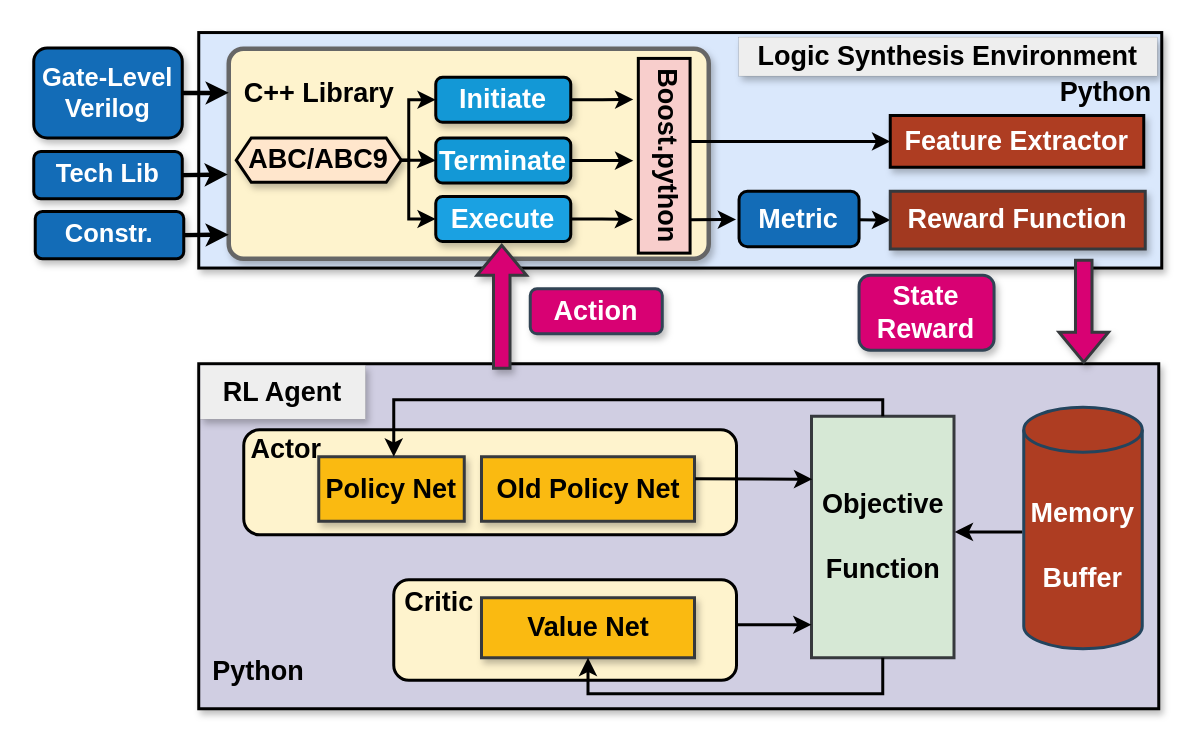
Earlier version of the draw.io diagram learningframework.drawio (kxzhu0505/LogicSynOpt). Source tidied: cells renumbered, new cells numbered last; positions are measured from the earlier drawing's top-left corner, leaving out a move shared by most shapes. Both pictures are drawn from the tidied source at 150%, with x=0, y=0 at pixel (33, 32).
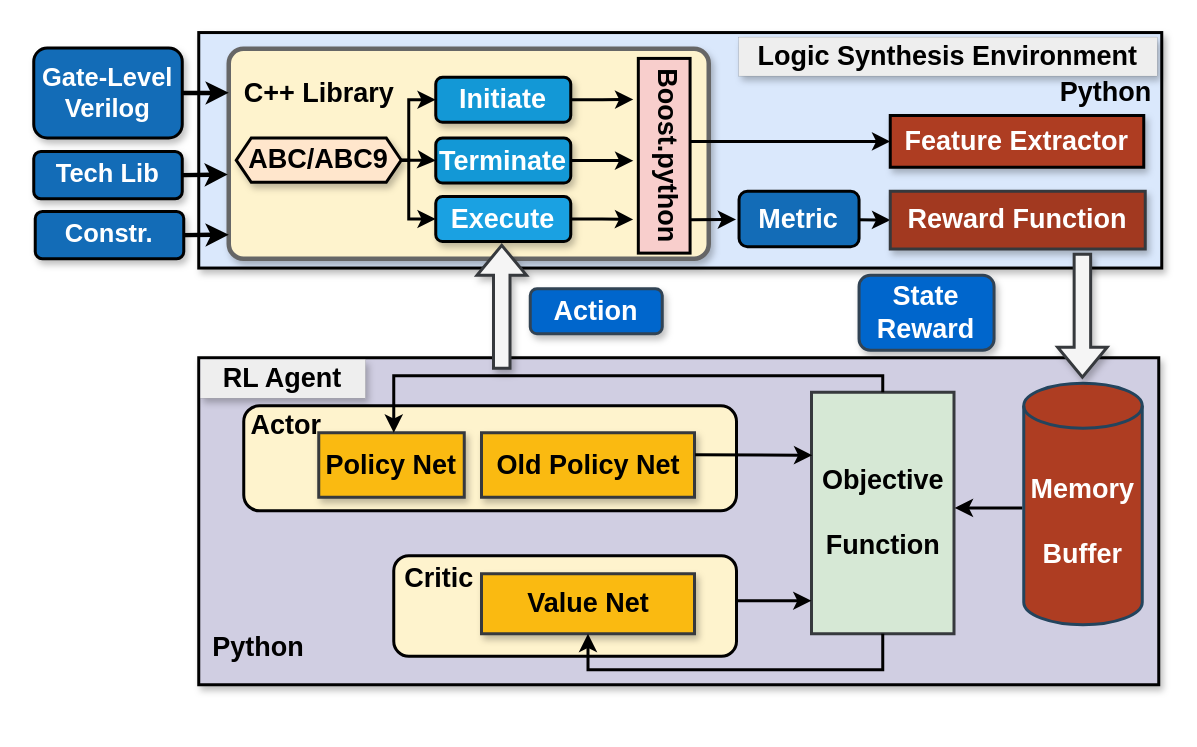
The same page after the edit.

Diff of the diagram source:
```diff
@@
-    <mxCell id="8" value="&lt;font size=&quot;1&quot; style=&quot;&quot;&gt;&lt;b style=&quot;font-size: 18px;&quot;&gt;Action&lt;/b&gt;&lt;/font&gt;" style="rounded=1;whiteSpace=wrap;html=1;fillColor=#d80173;strokeColor=#314354;strokeWidth=2;fontColor=#ffffff;shadow=1;" parent="1" vertex="1">
+    <mxCell id="8" value="&lt;font size=&quot;1&quot; style=&quot;&quot;&gt;&lt;b style=&quot;font-size: 18px;&quot;&gt;Action&lt;/b&gt;&lt;/font&gt;" style="rounded=1;whiteSpace=wrap;html=1;fillColor=#0066CC;strokeColor=#314354;strokeWidth=2;fontColor=#ffffff;shadow=1;" parent="1" vertex="1">
       <mxGeometry x="331" y="171" width="88" height="30" as="geometry" />
     </mxCell>
-    <mxCell id="9" value="&lt;span style=&quot;font-size: 18px;&quot;&gt;&lt;b&gt;State&lt;/b&gt;&lt;/span&gt;&lt;div&gt;&lt;span style=&quot;font-size: 18px;&quot;&gt;&lt;b&gt;Reward&lt;/b&gt;&lt;/span&gt;&lt;/div&gt;" style="rounded=1;whiteSpace=wrap;html=1;fillColor=#d80173;strokeColor=#314354;strokeWidth=2;fontColor=#ffffff;shadow=1;" parent="1" vertex="1">
+    <mxCell id="9" value="&lt;span style=&quot;font-size: 18px;&quot;&gt;&lt;b&gt;State&lt;/b&gt;&lt;/span&gt;&lt;div&gt;&lt;span style=&quot;font-size: 18px;&quot;&gt;&lt;b&gt;Reward&lt;/b&gt;&lt;/span&gt;&lt;/div&gt;" style="rounded=1;whiteSpace=wrap;html=1;fillColor=#0066CC;strokeColor=#314354;strokeWidth=2;fontColor=#ffffff;shadow=1;" parent="1" vertex="1">
       <mxGeometry x="550.2" y="162" width="90" height="50" as="geometry" />
     </mxCell>
     <mxCell id="10" style="rounded=0;whiteSpace=wrap;html=1;fillColor=#d0cee2;strokeColor=#000000;strokeWidth=2;shadow=1;" parent="1" vertex="1">
-      <mxGeometry x="110" y="221" width="640" height="230" as="geometry" />
+      <mxGeometry x="110" y="217" width="640" height="218" as="geometry" />
     </mxCell>
-    <mxCell id="11" style="shape=flexArrow;endArrow=classic;html=1;rounded=0;strokeWidth=2;fillColor=#d80173;strokeColor=#36393d;shadow=1;" parent="1" edge="1">
-      <mxGeometry relative="1" as="geometry">
-        <mxPoint x="700" y="151" as="sourcePoint" />
-        <mxPoint x="700" y="221" as="targetPoint" />
-      </mxGeometry>
-    </mxCell>
     <mxCell id="12" value="&lt;font size=&quot;1&quot; style=&quot;&quot;&gt;&lt;b style=&quot;font-size: 18px;&quot;&gt;RL Agent&lt;/b&gt;&lt;/font&gt;" style="text;html=1;align=center;verticalAlign=middle;whiteSpace=wrap;rounded=0;fillColor=#eeeeee;strokeColor=#36393d;strokeWidth=0;shadow=1;" parent="1" vertex="1">
-      <mxGeometry x="111" y="222" width="110.2" height="36" as="geometry" />
+      <mxGeometry x="111" y="218" width="110.2" height="26" as="geometry" />
     </mxCell>
     <mxCell id="13" style="rounded=1;whiteSpace=wrap;html=1;strokeWidth=2;fillColor=#fef3cd;" parent="1" vertex="1">
-      <mxGeometry x="140" y="265" width="328.5" height="70" as="geometry" />
+      <mxGeometry x="140" y="249" width="328.5" height="70" as="geometry" />
     </mxCell>
     <mxCell id="14" value="&lt;b style=&quot;&quot;&gt;&lt;font style=&quot;font-size: 18px;&quot;&gt;Policy Net&lt;/font&gt;&lt;/b&gt;" style="rounded=0;whiteSpace=wrap;html=1;fillColor=#faba11;strokeColor=#36393d;strokeWidth=2;shadow=1;" parent="1" vertex="1">
-      <mxGeometry x="190" y="283" width="97" height="43" as="geometry" />
+      <mxGeometry x="190" y="267" width="97" height="43" as="geometry" />
     </mxCell>
     <mxCell id="15" value="&lt;b style=&quot;&quot;&gt;&lt;font style=&quot;font-size: 18px;&quot;&gt;Old Policy Net&lt;/font&gt;&lt;/b&gt;" style="rounded=0;whiteSpace=wrap;html=1;fillColor=#faba11;strokeColor=#36393d;strokeWidth=2;shadow=1;" parent="1" vertex="1">
-      <mxGeometry x="298.5" y="283" width="142" height="43" as="geometry" />
+      <mxGeometry x="298.5" y="267" width="142" height="43" as="geometry" />
     </mxCell>
     <mxCell id="16" value="&lt;font style=&quot;font-size: 18px;&quot;&gt;&lt;b&gt;Objective&lt;/b&gt;&lt;/font&gt;&lt;div style=&quot;font-size: 18px;&quot;&gt;&lt;font style=&quot;font-size: 18px;&quot;&gt;&lt;b&gt;&lt;br&gt;&lt;/b&gt;&lt;/font&gt;&lt;/div&gt;&lt;div style=&quot;font-size: 18px;&quot;&gt;&lt;font style=&quot;font-size: 18px;&quot;&gt;&lt;b&gt;Function&lt;/b&gt;&lt;/font&gt;&lt;/div&gt;" style="rounded=0;whiteSpace=wrap;html=1;fillColor=#d6e8d5;strokeColor=#36393d;strokeWidth=2;" parent="1" vertex="1">
-      <mxGeometry x="518.5" y="256" width="95" height="161" as="geometry" />
+      <mxGeometry x="518.5" y="240" width="95" height="161" as="geometry" />
     </mxCell>
     <mxCell id="17" style="rounded=1;whiteSpace=wrap;html=1;strokeWidth=2;fillColor=#fef3cd;" parent="1" vertex="1">
-      <mxGeometry x="240" y="365" width="228.5" height="67" as="geometry" />
+      <mxGeometry x="240" y="349" width="228.5" height="67" as="geometry" />
     </mxCell>
     <mxCell id="18" value="&lt;b style=&quot;&quot;&gt;&lt;font style=&quot;font-size: 18px;&quot;&gt;Value Net&lt;/font&gt;&lt;/b&gt;" style="rounded=0;whiteSpace=wrap;html=1;fillColor=#faba11;strokeColor=#36393d;strokeWidth=2;shadow=1;" parent="1" vertex="1">
-      <mxGeometry x="298.5" y="377" width="142" height="40" as="geometry" />
+      <mxGeometry x="298.5" y="361" width="142" height="40" as="geometry" />
     </mxCell>
     <mxCell id="19" value="&lt;font color=&quot;#ffffff&quot; style=&quot;font-size: 18px;&quot;&gt;&lt;b&gt;Memory&lt;/b&gt;&lt;/font&gt;&lt;div style=&quot;font-size: 18px;&quot;&gt;&lt;font color=&quot;#ffffff&quot; style=&quot;font-size: 18px;&quot;&gt;&lt;b&gt;&lt;br&gt;&lt;/b&gt;&lt;/font&gt;&lt;/div&gt;&lt;div style=&quot;font-size: 18px;&quot;&gt;&lt;font color=&quot;#ffffff&quot; style=&quot;font-size: 18px;&quot;&gt;&lt;b&gt;Buffer&lt;/b&gt;&lt;/font&gt;&lt;/div&gt;" style="shape=cylinder3;whiteSpace=wrap;html=1;boundedLbl=1;backgroundOutline=1;size=15;fillColor=#ae3d22;strokeColor=#23445d;strokeWidth=2;" parent="1" vertex="1">
-      <mxGeometry x="660" y="250" width="79" height="161" as="geometry" />
+      <mxGeometry x="660" y="234" width="79" height="161" as="geometry" />
     </mxCell>
     <mxCell id="20" value="&lt;span style=&quot;font-size: 18px;&quot;&gt;&lt;b&gt;Actor&lt;/b&gt;&lt;/span&gt;" style="text;html=1;align=center;verticalAlign=middle;whiteSpace=wrap;rounded=0;" parent="1" vertex="1">
-      <mxGeometry x="128" y="263" width="81" height="30" as="geometry" />
+      <mxGeometry x="128" y="247" width="81" height="30" as="geometry" />
     </mxCell>
     <mxCell id="21" value="&lt;span style=&quot;font-size: 18px;&quot;&gt;&lt;b&gt;Critic&lt;/b&gt;&lt;/span&gt;" style="text;html=1;align=center;verticalAlign=middle;whiteSpace=wrap;rounded=0;" parent="1" vertex="1">
-      <mxGeometry x="230" y="365" width="81" height="30" as="geometry" />
+      <mxGeometry x="230" y="349" width="81" height="30" as="geometry" />
     </mxCell>
     <mxCell id="22" style="endArrow=classic;html=1;rounded=0;strokeWidth=2;exitX=1.003;exitY=0.341;exitDx=0;exitDy=0;exitPerimeter=0;" parent="1" edge="1" source="15">
       <mxGeometry relative="1" as="geometry">
-        <mxPoint x="519" y="298" as="targetPoint" />
+        <mxPoint x="519" y="282" as="targetPoint" />
       </mxGeometry>
     </mxCell>
     <mxCell id="23" style="endArrow=classic;html=1;rounded=0;strokeWidth=2;entryX=-0.004;entryY=0.225;entryDx=0;entryDy=0;entryPerimeter=0;" parent="1" edge="1">
       <mxGeometry relative="1" as="geometry">
-        <mxPoint x="468.5" y="395" as="sourcePoint" />
-        <mxPoint x="518.5" y="395" as="targetPoint" />
+        <mxPoint x="468.5" y="379" as="sourcePoint" />
+        <mxPoint x="518.5" y="379" as="targetPoint" />
       </mxGeometry>
     </mxCell>
     <mxCell id="24" style="endArrow=classic;html=1;rounded=0;strokeWidth=2;exitX=0.5;exitY=0;exitDx=0;exitDy=0;edgeStyle=orthogonalEdgeStyle;" parent="1" edge="1" source="16" target="14">
       <mxGeometry relative="1" as="geometry">
         <Array as="points">
-          <mxPoint x="566" y="245" />
-          <mxPoint x="240" y="245" />
+          <mxPoint x="566" y="229" />
+          <mxPoint x="240" y="229" />
         </Array>
       </mxGeometry>
     </mxCell>
     <mxCell id="25" style="endArrow=classic;html=1;rounded=0;strokeWidth=2;exitX=0.5;exitY=1;exitDx=0;exitDy=0;edgeStyle=orthogonalEdgeStyle;entryX=0.5;entryY=1;entryDx=0;entryDy=0;" parent="1" edge="1" source="16" target="18">
       <mxGeometry relative="1" as="geometry">
         <Array as="points">
-          <mxPoint x="566" y="441" />
-          <mxPoint x="370" y="441" />
-          <mxPoint x="370" y="417" />
+          <mxPoint x="566" y="425" />
+          <mxPoint x="370" y="425" />
+          <mxPoint x="370" y="401" />
         </Array>
       </mxGeometry>
     </mxCell>
     <mxCell id="26" style="endArrow=classic;html=1;rounded=0;strokeWidth=2;entryX=-0.004;entryY=0.225;entryDx=0;entryDy=0;entryPerimeter=0;" parent="1" edge="1">
       <mxGeometry relative="1" as="geometry">
-        <mxPoint x="659" y="333.1" as="sourcePoint" />
-        <mxPoint x="614" y="333.1" as="targetPoint" />
+        <mxPoint x="659" y="317.1" as="sourcePoint" />
+        <mxPoint x="614" y="317.1" as="targetPoint" />
       </mxGeometry>
     </mxCell>
@@
     <mxCell id="43" value="&lt;font style=&quot;font-size: 18px;&quot;&gt;&lt;b&gt;Python&lt;/b&gt;&lt;/font&gt;" style="text;html=1;align=center;verticalAlign=middle;whiteSpace=wrap;rounded=0;" parent="1" vertex="1">
-      <mxGeometry x="120" y="411" width="60" height="30" as="geometry" />
+      <mxGeometry x="120" y="395" width="60" height="30" as="geometry" />
     </mxCell>
-    <mxCell id="44" style="shape=flexArrow;endArrow=classic;html=1;rounded=0;strokeWidth=2;fillColor=#d80173;strokeColor=#36393d;shadow=1;" parent="1" edge="1">
+    <mxCell id="44" style="shape=flexArrow;endArrow=classic;html=1;rounded=0;strokeWidth=2;fillColor=#F5F5F5;strokeColor=#36393d;shadow=1;" parent="1" edge="1">
       <mxGeometry relative="1" as="geometry">
         <mxPoint x="312" y="225" as="sourcePoint" />
         <mxPoint x="312" y="141" as="targetPoint" />
       </mxGeometry>
     </mxCell>
@@
+    <mxCell id="52" style="shape=flexArrow;endArrow=none;html=1;rounded=0;strokeWidth=2;fillColor=#F5F5F5;strokeColor=#36393d;shadow=1;startArrow=block;endFill=0;" parent="1" edge="1">
+      <mxGeometry relative="1" as="geometry">
+        <mxPoint x="699.1" y="231" as="sourcePoint" />
+        <mxPoint x="699.1" y="147" as="targetPoint" />
+      </mxGeometry>
+    </mxCell>
```
